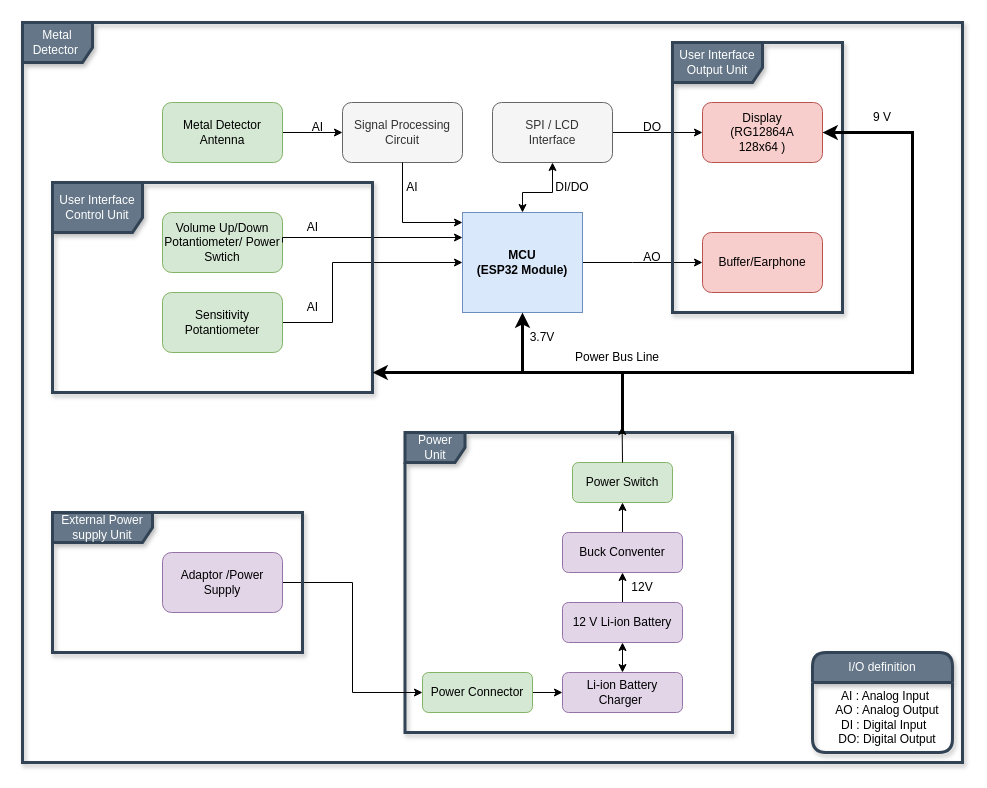
The draw.io diagram Metal Dedektör.drawio in metevs09/Metal_Dedector, before the edit. Source tidied: cells renumbered, new cells numbered last; positions are measured from the earlier drawing's top-left corner, leaving out a move shared by most shapes. Both pictures are drawn from the tidied source at 100%, with x=0, y=0 at pixel (22, 22).
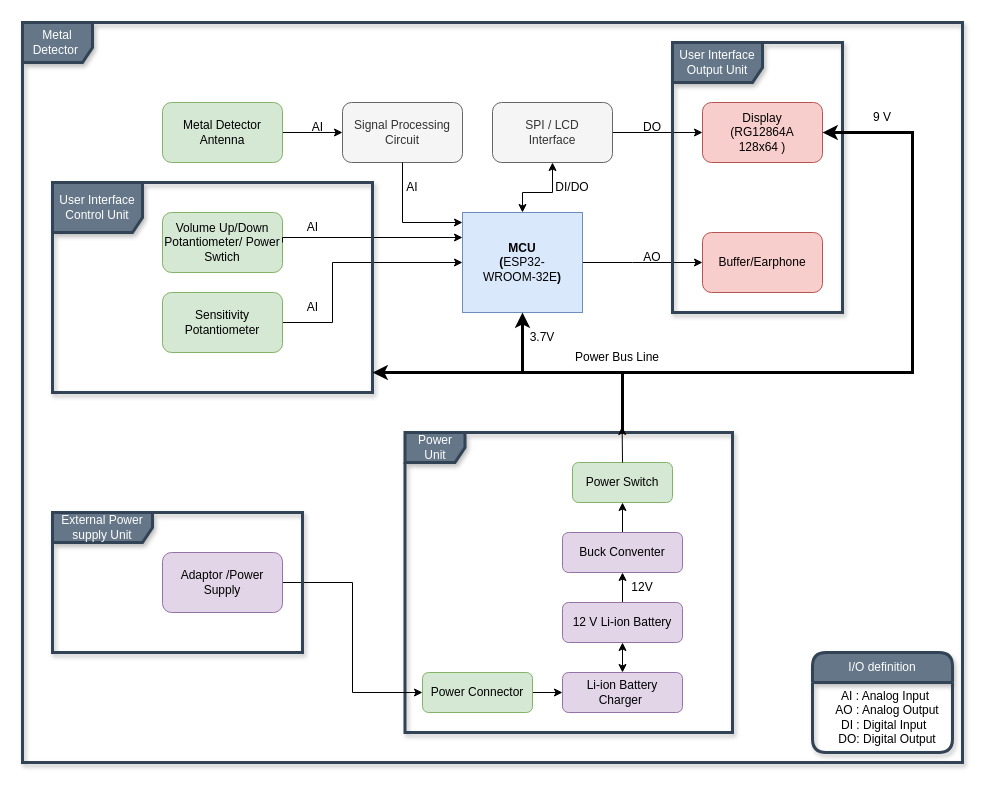
Above is the later version.

Change to the diagram source:
```diff
@@
-    <mxCell id="5" value="&lt;b&gt;MCU&lt;br&gt;(ESP32 Module)&lt;/b&gt;" style="rounded=0;whiteSpace=wrap;html=1;fillColor=#dae8fc;strokeColor=#6c8ebf;" parent="1" vertex="1">
+    <mxCell id="5" value="&lt;b&gt;MCU&lt;br&gt;(&lt;/b&gt;ESP32-&lt;br&gt;­WROOM­-32E&lt;b&gt;)&lt;/b&gt;" style="rounded=0;whiteSpace=wrap;html=1;fillColor=#dae8fc;strokeColor=#6c8ebf;" parent="1" vertex="1">
       <mxGeometry x="440" y="190" width="120" height="100" as="geometry" />
     </mxCell>
```
